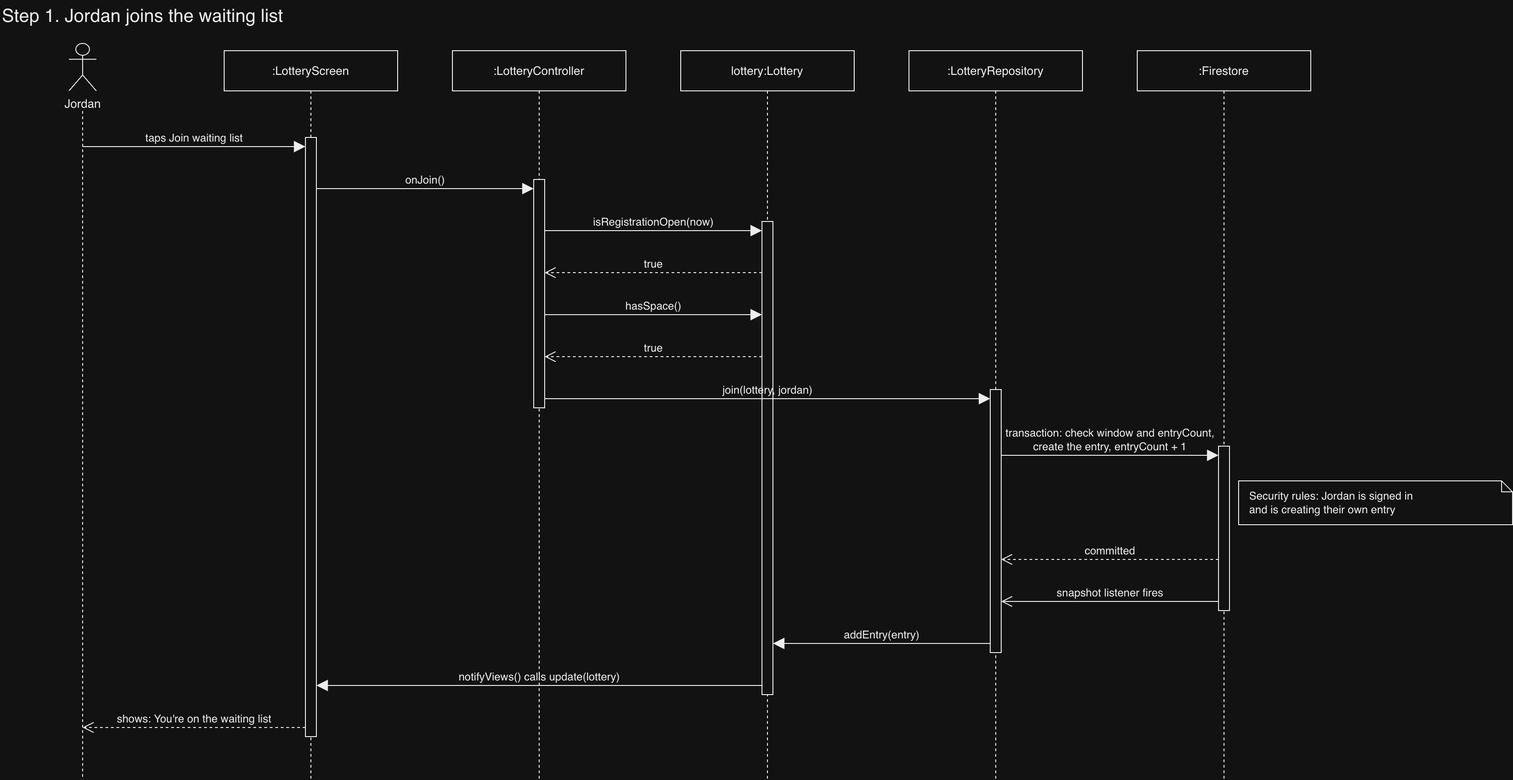
Before: docs/images/join-waiting-list.png, a diagram exported from draw.io (CMPUT301F26lambda-CCC/lambda-campsites). Source tidied: cells renumbered, new cells last; positions are measured from the earlier drawing's top-left corner, leaving out a move shared by most shapes.
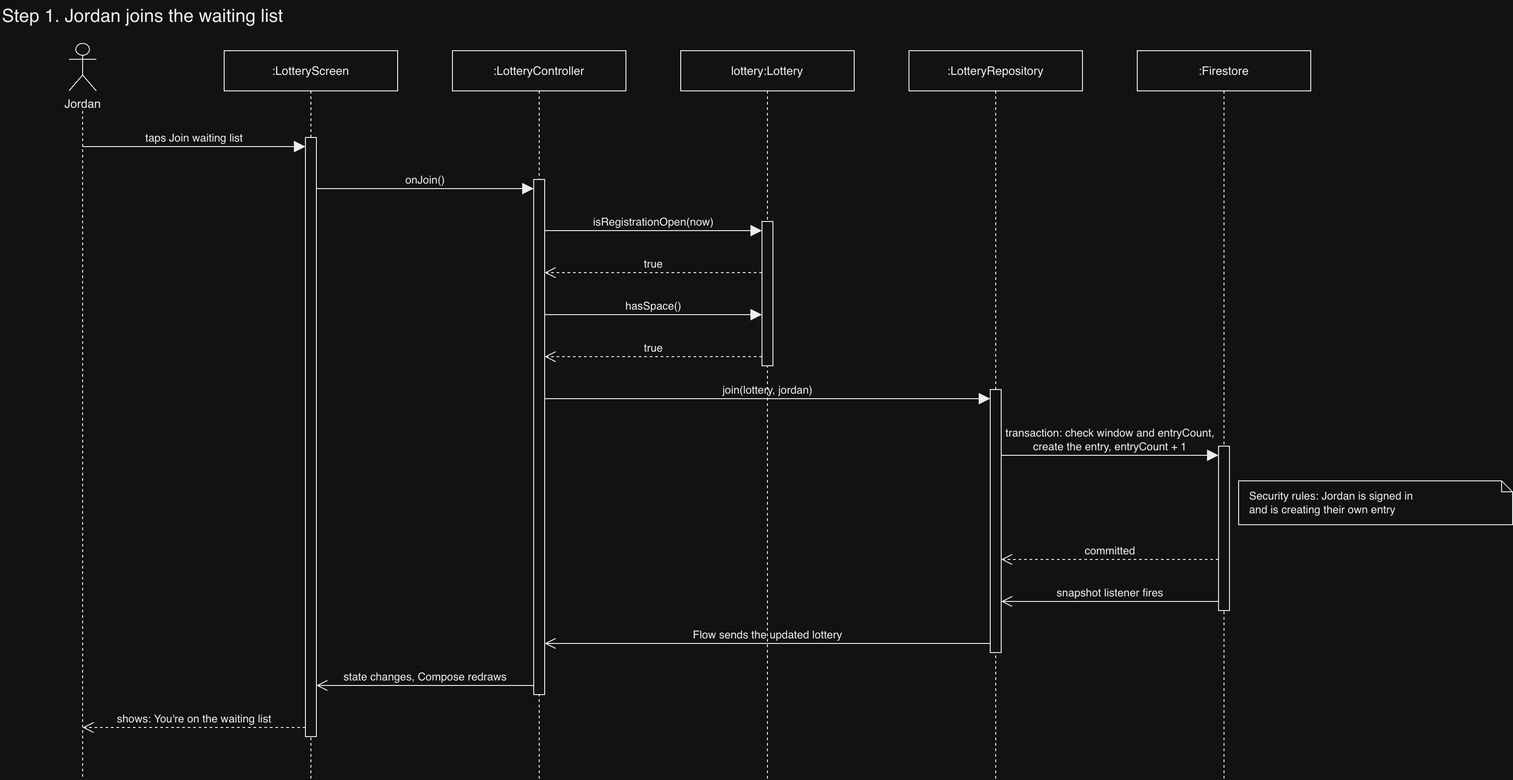
The same file after the commit.

Change to the diagram source:
```diff
@@ -63,10 +63,10 @@
       <mxGeometry x="334" y="150" width="12" height="656" as="geometry" />
     </mxCell>
     <mxCell id="16" style="rounded=0;whiteSpace=wrap;html=1;fillColor=#FFFFFF;strokeColor=#000000;fontColor=#000000;fontSize=13;" parent="1" vertex="1">
-      <mxGeometry x="584" y="196" width="12" height="250" as="geometry" />
+      <mxGeometry x="584" y="196" width="12" height="564" as="geometry" />
     </mxCell>
     <mxCell id="17" style="rounded=0;whiteSpace=wrap;html=1;fillColor=#FFFFFF;strokeColor=#000000;fontColor=#000000;fontSize=13;" parent="1" vertex="1">
-      <mxGeometry x="834" y="242" width="12" height="518" as="geometry" />
+      <mxGeometry x="834" y="242" width="12" height="158" as="geometry" />
     </mxCell>
     <mxCell id="18" style="rounded=0;whiteSpace=wrap;html=1;fillColor=#FFFFFF;strokeColor=#000000;fontColor=#000000;fontSize=13;" parent="1" vertex="1">
       <mxGeometry x="1084" y="426" width="12" height="288" as="geometry" />
@@ -137,15 +137,15 @@
         <mxPoint x="1096" y="658" as="targetPoint" />
       </mxGeometry>
     </mxCell>
-    <mxCell id="31" value="addEntry(entry)" style="html=1;rounded=0;strokeColor=#000000;fontColor=#000000;fontSize=12;endSize=10;startSize=10;labelBackgroundColor=#FFFFFF;endArrow=block;endFill=1;verticalAlign=bottom;labelBackgroundColor=none;" parent="1" edge="1">
+    <mxCell id="31" value="Flow sends the updated lottery" style="html=1;rounded=0;strokeColor=#000000;fontColor=#000000;fontSize=12;endSize=10;startSize=10;labelBackgroundColor=#FFFFFF;endArrow=open;endFill=0;verticalAlign=bottom;labelBackgroundColor=none;" parent="1" edge="1">
       <mxGeometry relative="1" as="geometry">
         <mxPoint x="1084" y="704" as="sourcePoint" />
-        <mxPoint x="846" y="704" as="targetPoint" />
+        <mxPoint x="596" y="704" as="targetPoint" />
       </mxGeometry>
     </mxCell>
-    <mxCell id="32" value="notifyViews() calls update(lottery)" style="html=1;rounded=0;strokeColor=#000000;fontColor=#000000;fontSize=12;endSize=10;startSize=10;labelBackgroundColor=#FFFFFF;endArrow=block;endFill=1;verticalAlign=bottom;labelBackgroundColor=none;" parent="1" edge="1">
+    <mxCell id="32" value="state changes, Compose redraws" style="html=1;rounded=0;strokeColor=#000000;fontColor=#000000;fontSize=12;endSize=10;startSize=10;labelBackgroundColor=#FFFFFF;endArrow=open;endFill=0;verticalAlign=bottom;labelBackgroundColor=none;" parent="1" edge="1">
       <mxGeometry relative="1" as="geometry">
-        <mxPoint x="834" y="750" as="sourcePoint" />
+        <mxPoint x="584" y="750" as="sourcePoint" />
         <mxPoint x="346" y="750" as="targetPoint" />
       </mxGeometry>
     </mxCell>
```
